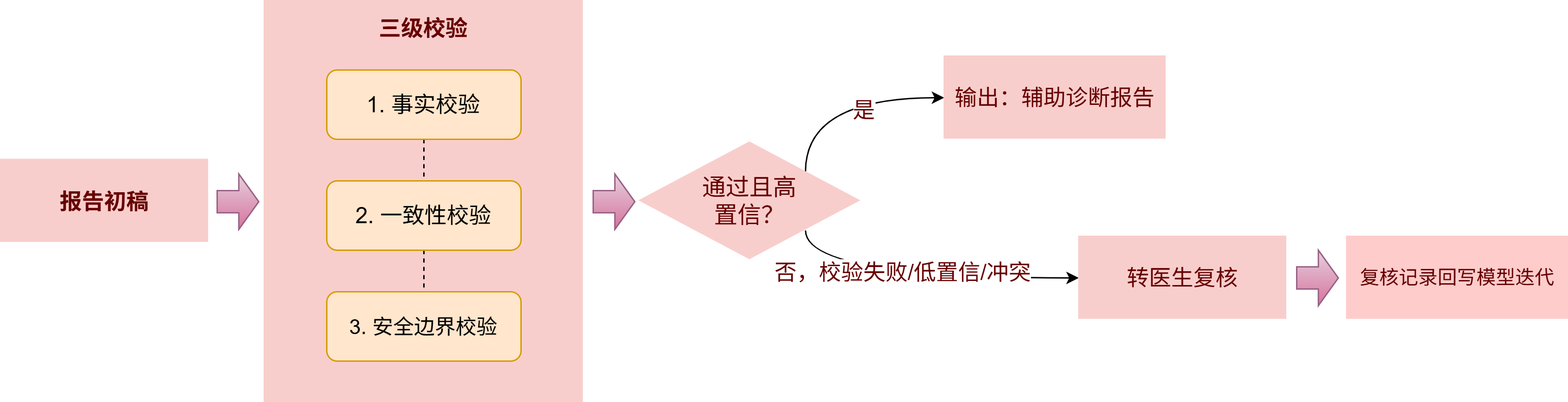
Before: ThesisProposal/draft/开题报告-cc-v5/figures_v3/图12 三级校验与人工复核流程图图.drawio.png, a diagram exported from draw.io (XiaoHG/medical-report-generation). Source tidied: cells renumbered, new cells last; positions are measured from the earlier drawing's top-left corner, leaving out a move shared by most shapes.
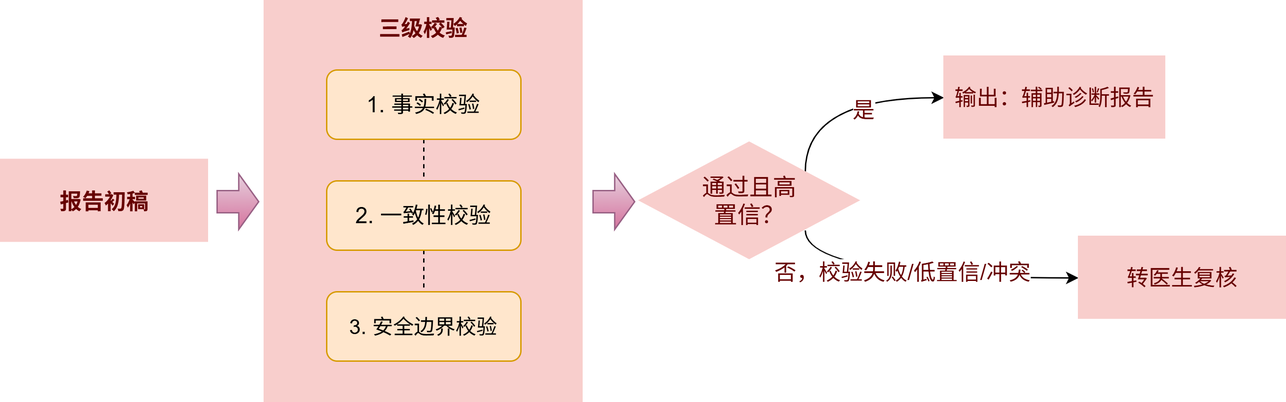
Above is the later version.

What changed in the source:
```diff
@@ -55,17 +55,11 @@
     <mxCell id="16" value="转医生复核" style="rounded=0;whiteSpace=wrap;html=1;fillColor=#f8cecc;strokeColor=none;fontSize=16;fontColor=#660000;" parent="1" vertex="1">
       <mxGeometry x="777" y="170" width="150" height="60" as="geometry" />
     </mxCell>
-    <mxCell id="17" value="复核记录回写模型迭代" style="rounded=0;whiteSpace=wrap;html=1;fillColor=#ffcccc;strokeColor=none;fontSize=14;dashed=1;fontColor=#660000;" parent="1" vertex="1">
-      <mxGeometry x="970" y="170" width="160" height="60" as="geometry" />
-    </mxCell>
     <mxCell id="18" style="shape=singleArrow;whiteSpace=wrap;html=1;arrowWidth=0.4;arrowSize=0.48;fillColor=#e6d0de;gradientColor=#d5739d;strokeColor=#996185;" parent="1" vertex="1">
       <mxGeometry x="427" y="125" width="30" height="40" as="geometry" />
     </mxCell>
     <mxCell id="19" style="shape=singleArrow;whiteSpace=wrap;html=1;arrowWidth=0.4;arrowSize=0.48;fillColor=#e6d0de;gradientColor=#d5739d;strokeColor=#996185;" parent="1" vertex="1">
       <mxGeometry x="156" y="125" width="30" height="40" as="geometry" />
     </mxCell>
-    <mxCell id="20" style="shape=singleArrow;whiteSpace=wrap;html=1;arrowWidth=0.4;arrowSize=0.48;fillColor=#e6d0de;gradientColor=#d5739d;strokeColor=#996185;" parent="1" vertex="1">
-      <mxGeometry x="934" y="180" width="30" height="40" as="geometry" />
-    </mxCell>
   </root>
 </mxGraphModel>
```
